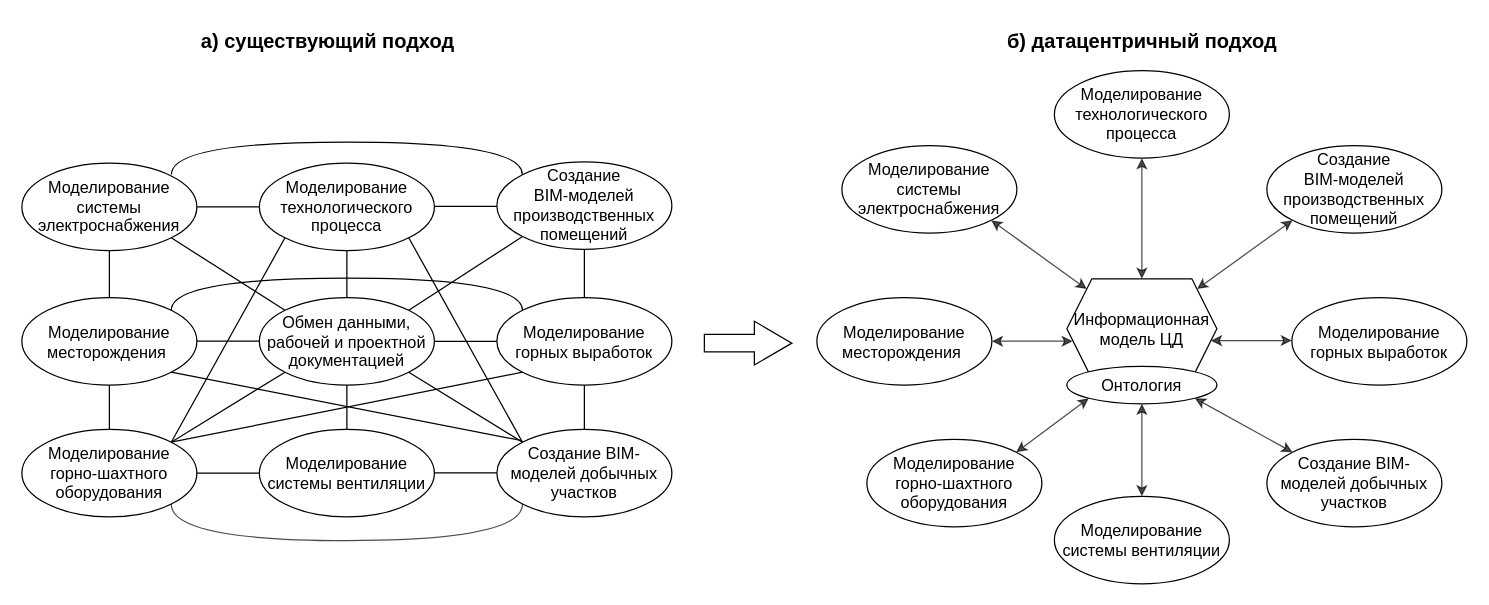
Randyrofed/CMM keeps this draw.io diagram as page "Развитие концепции" (4 of 4) of Digital twin.drawio. Above is the earlier version. Source tidied: cells renumbered, new cells numbered last; positions are measured from the earlier drawing's top-left corner, leaving out a move shared by most shapes. Both pictures are drawn from the tidied source at 125%, with x=0, y=0 at pixel (21, 21).
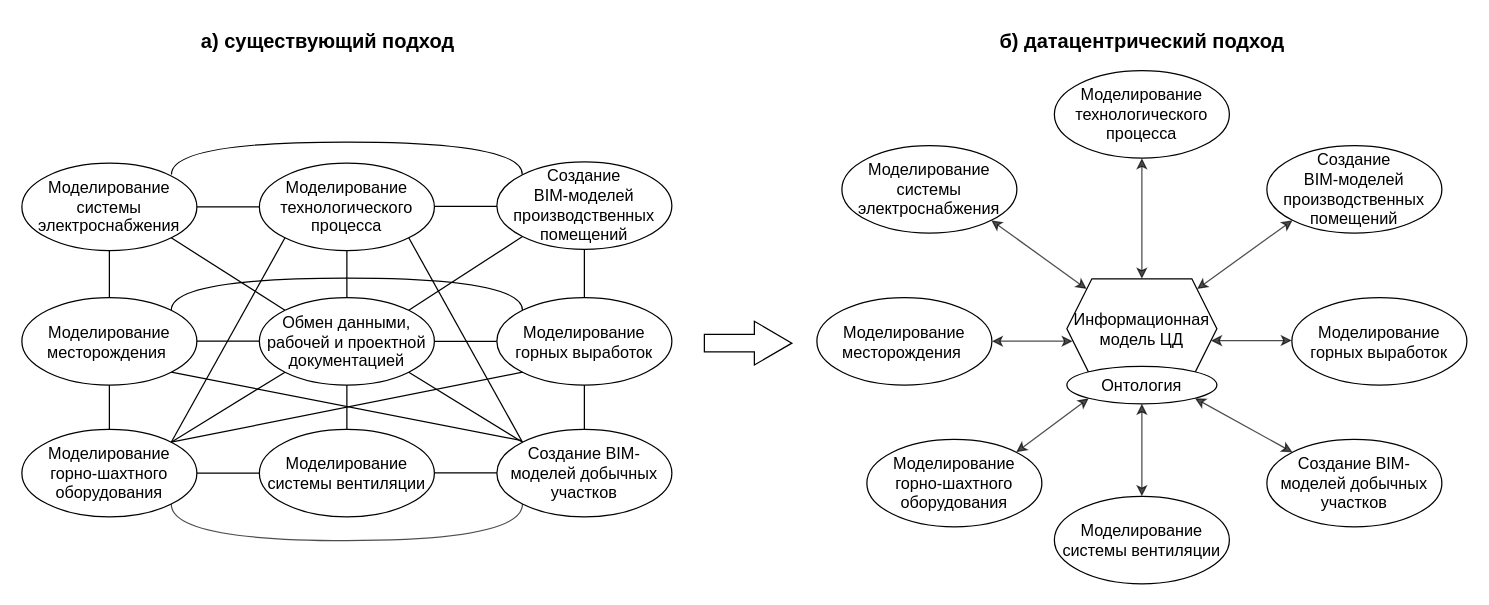
The same page after the edit.

Change to the diagram source:
```diff
@@
-    <mxCell id="3" value="б) датацентричный подход" style="text;html=1;strokeColor=none;fillColor=none;align=center;verticalAlign=middle;whiteSpace=wrap;rounded=0;fontStyle=1;fontSize=16;" parent="1" vertex="1">
+    <mxCell id="3" value="б) датацентрический подход" style="text;html=1;strokeColor=none;fillColor=none;align=center;verticalAlign=middle;whiteSpace=wrap;rounded=0;fontStyle=1;fontSize=16;" parent="1" vertex="1">
       <mxGeometry x="753.5" width="285" height="30" as="geometry" />
     </mxCell>
```
